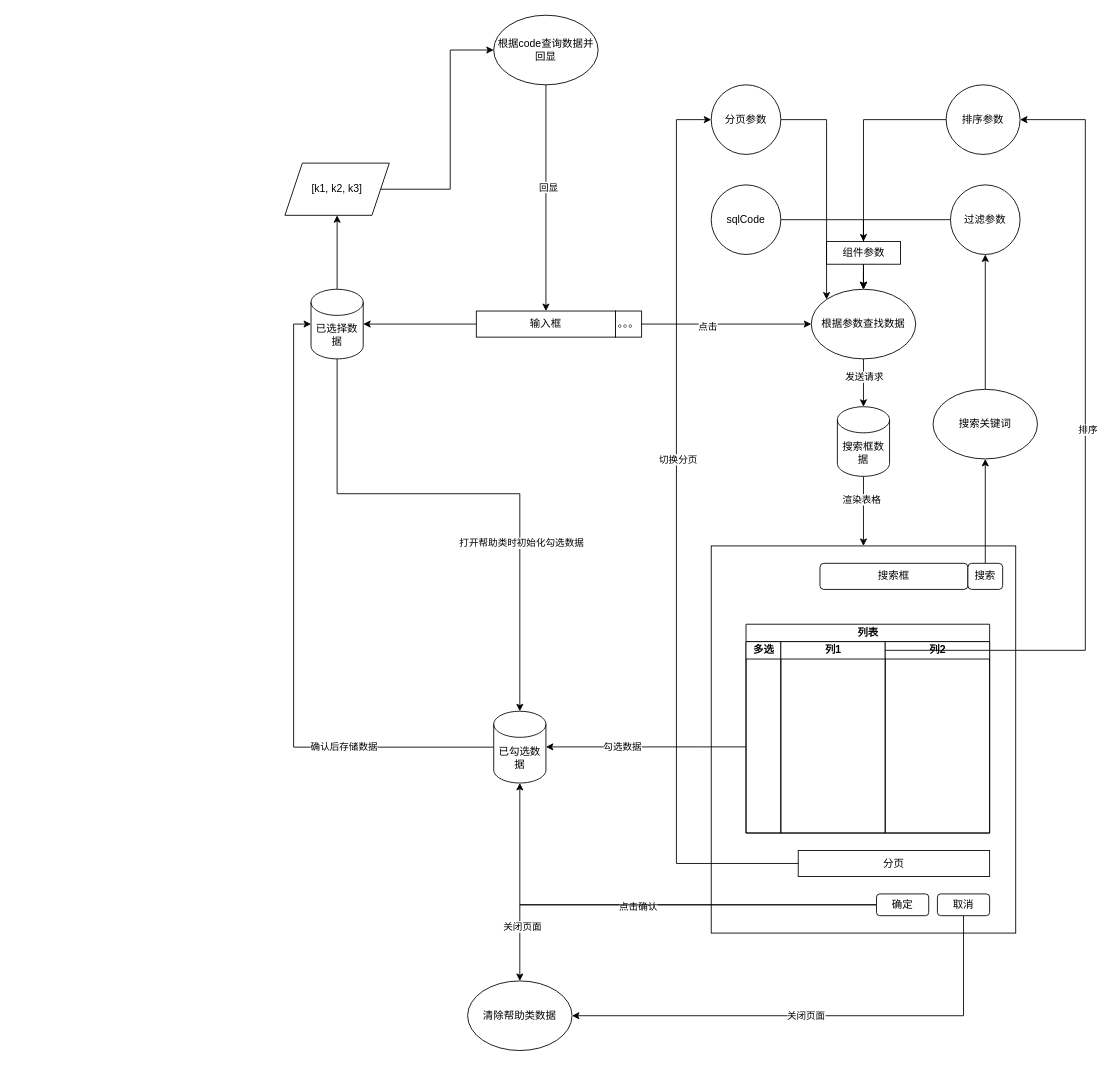
Before: 未命名绘图.drawio in Hiiragi10073/Blog, a draw.io diagram. Source tidied: cells renumbered, new cells numbered last; positions are measured from the earlier drawing's top-left corner, leaving out a move shared by most shapes. Both pictures are drawn from the tidied source at 87%, with x=0, y=0 at pixel (284, 15).
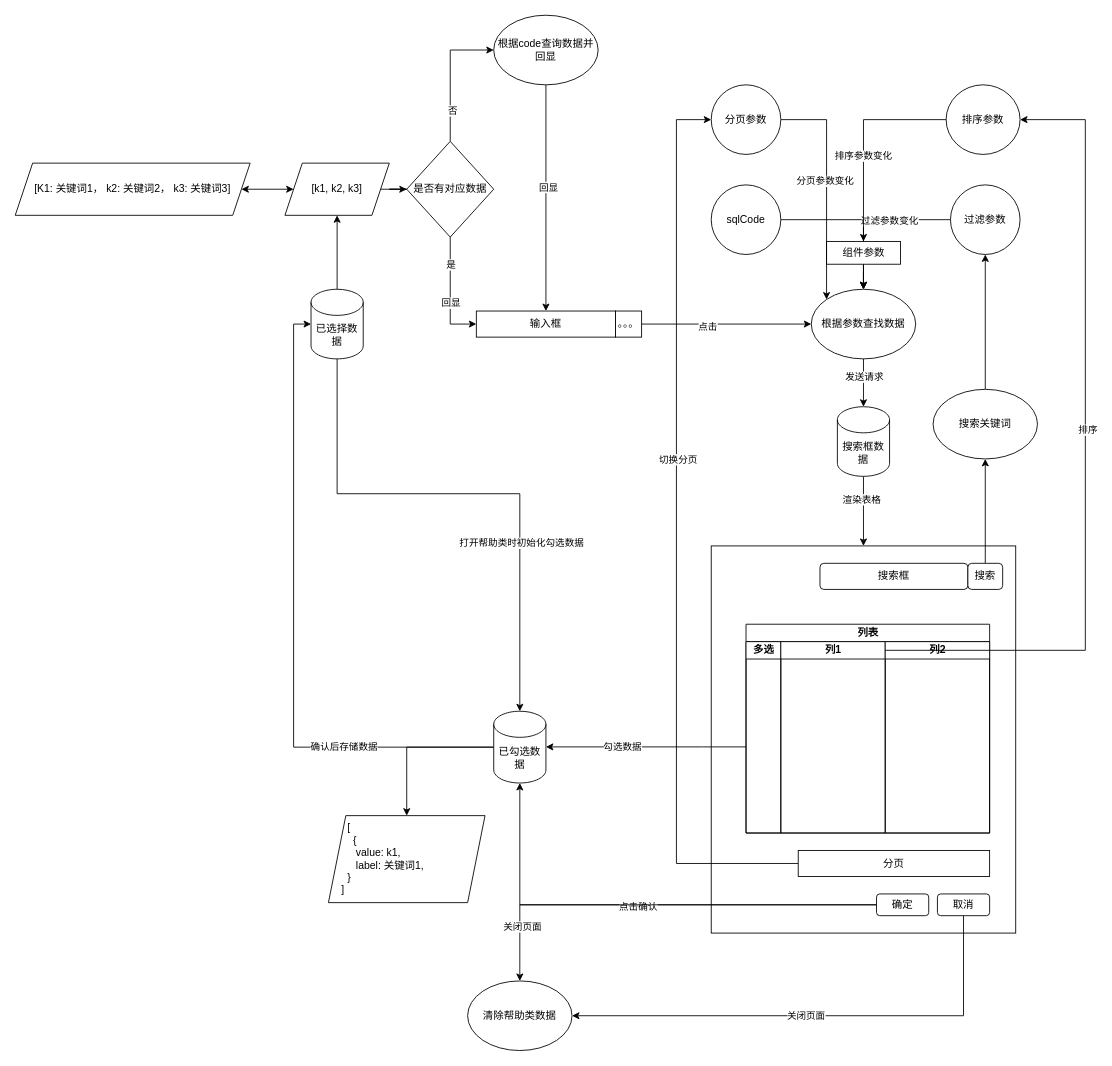
The same diagram, later.

Commit message:
更新未命名绘图.drawio

The change refers to these unchanged cells:
```xml
<mxCell id="3" value="输入框" style="rounded=0;whiteSpace=wrap;html=1;" parent="1" vertex="1">
  <mxGeometry x="220" y="340" width="160" height="30" as="geometry" />
</mxCell>
<mxCell id="29" style="edgeStyle=orthogonalEdgeStyle;rounded=0;jettySize=auto;html=1;entryX=0.5;entryY=0;entryDx=0;entryDy=0;" parent="1" edge="1" source="30" target="25">
  <mxGeometry relative="1" as="geometry" />
</mxCell>
<mxCell id="42" style="edgeStyle=orthogonalEdgeStyle;rounded=0;jettySize=auto;html=1;" parent="1" edge="1" source="32" target="41">
  <mxGeometry relative="1" as="geometry" />
</mxCell>
<mxCell id="44" value="&lt;span&gt;已选择数据&lt;/span&gt;" style="shape=cylinder3;whiteSpace=wrap;html=1;boundedLbl=1;backgroundOutline=1;size=15;" parent="1" vertex="1">
  <mxGeometry x="30" y="315" width="60" height="80" as="geometry" />
</mxCell>
<mxCell id="47" value="已勾选数据" style="shape=cylinder3;whiteSpace=wrap;html=1;boundedLbl=1;backgroundOutline=1;size=15;" parent="1" vertex="1">
  <mxGeometry x="240" y="800" width="60" height="82.5" as="geometry" />
</mxCell>
<mxCell id="54" style="edgeStyle=orthogonalEdgeStyle;rounded=0;jettySize=auto;html=1;entryX=0;entryY=0;entryDx=0;entryDy=0;" parent="1" edge="1" source="55" target="25">
  <mxGeometry relative="1" as="geometry" />
</mxCell>
<mxCell id="57" value="[k1, k2, k3]" style="shape=parallelogram;perimeter=parallelogramPerimeter;whiteSpace=wrap;html=1;fixedSize=1;" parent="1" vertex="1">
  <mxGeometry y="170" width="120" height="60" as="geometry" />
</mxCell>
<mxCell id="60" value="根据code查询数据并回显" style="ellipse;whiteSpace=wrap;html=1;" parent="1" vertex="1">
  <mxGeometry x="240" width="120" height="80" as="geometry" />
</mxCell>
```

The edit, as a diff of the source:
```diff
@@
-    <mxCell id="2" style="edgeStyle=orthogonalEdgeStyle;rounded=0;jettySize=auto;html=1;" parent="1" edge="1" source="3" target="44">
-      <mxGeometry relative="1" as="geometry" />
-    </mxCell>
@@
+    <mxCell id="61" value="过滤参数变化" style="edgeLabel;html=1;align=center;verticalAlign=middle;" parent="29" vertex="1">
+      <mxGeometry x="-0.21" y="1" relative="1" as="geometry" />
+    </mxCell>
@@
+    <mxCell id="62" value="排序参数变化" style="edgeLabel;html=1;align=center;verticalAlign=middle;" parent="42" vertex="1">
+      <mxGeometry x="0.16" y="-1" relative="1" as="geometry" />
+    </mxCell>
@@
+    <mxCell id="63" style="edgeStyle=orthogonalEdgeStyle;rounded=0;jettySize=auto;html=1;" parent="1" edge="1" source="47" target="73">
+      <mxGeometry relative="1" as="geometry" />
+    </mxCell>
@@
+    <mxCell id="64" value="分页参数变化" style="edgeLabel;html=1;align=center;verticalAlign=middle;" parent="54" vertex="1">
+      <mxGeometry x="-0.06" y="-2" relative="1" as="geometry">
+        <mxPoint y="1" as="offset" />
+      </mxGeometry>
+    </mxCell>
@@
-    <mxCell id="56" style="edgeStyle=orthogonalEdgeStyle;rounded=0;jettySize=auto;html=1;" parent="1" edge="1" source="57" target="60">
+    <mxCell id="56" style="edgeStyle=orthogonalEdgeStyle;rounded=0;jettySize=auto;html=1;" parent="1" edge="1" source="71" target="60">
       <mxGeometry relative="1" as="geometry">
         <Array as="points">
           <mxPoint x="190" y="200" />
           <mxPoint x="190" y="40" />
         </Array>
       </mxGeometry>
     </mxCell>
+    <mxCell id="65" value="否" style="edgeLabel;html=1;align=center;verticalAlign=middle;" parent="56" vertex="1">
+      <mxGeometry x="-0.54" y="-2" relative="1" as="geometry" />
+    </mxCell>
@@
+    <mxCell id="66" value="[K1: 关键词1， k2: 关键词2， k3: 关键词3]" style="shape=parallelogram;perimeter=parallelogramPerimeter;whiteSpace=wrap;html=1;fixedSize=1;" parent="1" vertex="1">
+      <mxGeometry x="-310" y="170" width="270" height="60" as="geometry" />
+    </mxCell>
+    <mxCell id="67" style="endArrow=classic;startArrow=classic;html=1;entryX=1;entryY=0.5;entryDx=0;entryDy=0;exitX=0;exitY=0.5;exitDx=0;exitDy=0;" parent="1" edge="1" source="57" target="66">
+      <mxGeometry relative="1" as="geometry" />
+    </mxCell>
+    <mxCell id="68" style="edgeStyle=orthogonalEdgeStyle;rounded=0;jettySize=auto;html=1;entryX=0;entryY=0.5;entryDx=0;entryDy=0;" parent="1" edge="1" source="71" target="3">
+      <mxGeometry relative="1" as="geometry" />
+    </mxCell>
+    <mxCell id="69" value="是" style="edgeLabel;html=1;align=center;verticalAlign=middle;" parent="68" vertex="1">
+      <mxGeometry x="-0.52" relative="1" as="geometry" />
+    </mxCell>
+    <mxCell id="70" value="回显" style="edgeLabel;html=1;align=center;verticalAlign=middle;" parent="68" vertex="1">
+      <mxGeometry x="0.16" relative="1" as="geometry" />
+    </mxCell>
+    <mxCell id="71" value="是否有对应数据" style="rhombus;whiteSpace=wrap;html=1;direction=south;" parent="1" vertex="1">
+      <mxGeometry x="140" y="145" width="100" height="110" as="geometry" />
+    </mxCell>
+    <mxCell id="72" style="edgeStyle=orthogonalEdgeStyle;rounded=0;jettySize=auto;html=1;" parent="1" edge="1" source="57" target="71">
+      <mxGeometry relative="1" as="geometry" />
+    </mxCell>
+    <mxCell id="73" value="&amp;nbsp; &amp;nbsp; &amp;nbsp; [&amp;nbsp; &lt;br&gt;&amp;nbsp; &amp;nbsp; &amp;nbsp; &amp;nbsp; {&lt;br&gt;&amp;nbsp; &amp;nbsp; &amp;nbsp; &amp;nbsp; &amp;nbsp;value: k1,&lt;br&gt;&amp;nbsp; &amp;nbsp; &amp;nbsp; &amp;nbsp; &amp;nbsp;label: 关键词1,&lt;br&gt;&amp;nbsp; &amp;nbsp; &amp;nbsp; }&lt;br&gt;&amp;nbsp; &amp;nbsp; ]" style="shape=parallelogram;perimeter=parallelogramPerimeter;whiteSpace=wrap;html=1;fixedSize=1;align=left;" parent="1" vertex="1">
+      <mxGeometry x="50" y="920" width="180" height="100" as="geometry" />
+    </mxCell>
```
